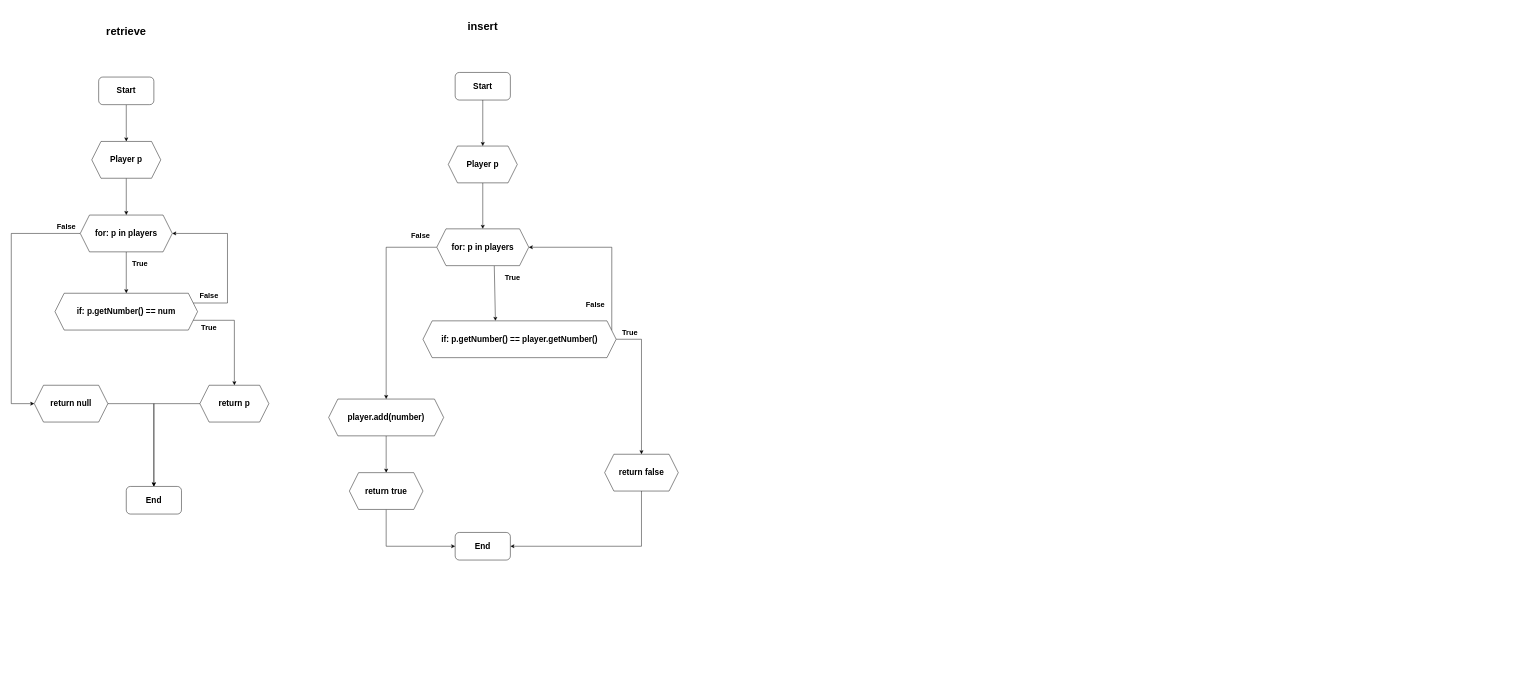
The draw.io diagram HockeyTeam.drawio in Aimee-v-yh/draw.io, before the edit. Source tidied: cells renumbered, new cells numbered last; positions are measured from the earlier drawing's top-left corner, leaving out a move shared by most shapes. Both pictures are drawn from the tidied source at 46%, with x=0, y=0 at pixel (11, 8).
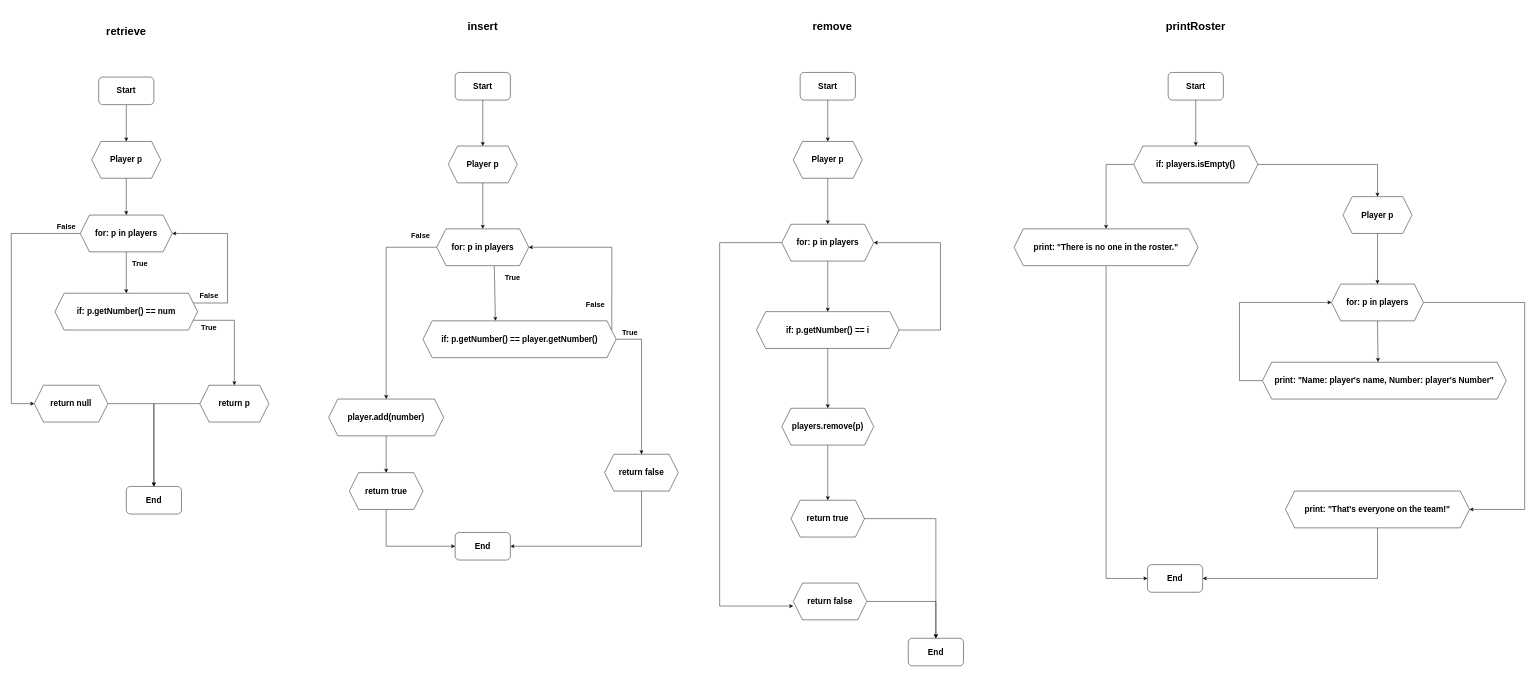
The same page after the edit.

The edit, as a diff of the source:
```diff
@@
+    <mxCell id="44" value="&lt;span style=&quot;font-size: 24px;&quot;&gt;&lt;b&gt;remove&lt;/b&gt;&lt;/span&gt;" style="text;strokeColor=none;align=center;fillColor=none;html=1;verticalAlign=middle;whiteSpace=wrap;rounded=0;" parent="1" vertex="1">
+      <mxGeometry x="1710" width="150" height="80" as="geometry" />
+    </mxCell>
+    <mxCell id="45" style="edgeStyle=none;shape=connector;rounded=0;jettySize=auto;html=1;exitX=0.5;exitY=1;exitDx=0;exitDy=0;labelBackgroundColor=default;strokeColor=default;fontFamily=Helvetica;fontSize=11;fontColor=default;endArrow=classic;" parent="1" edge="1" source="46" target="48">
+      <mxGeometry relative="1" as="geometry" />
+    </mxCell>
+    <mxCell id="46" value="&lt;font style=&quot;font-size: 18px;&quot;&gt;&lt;b&gt;Start&lt;/b&gt;&lt;/font&gt;" style="rounded=1;whiteSpace=wrap;html=1;" parent="1" vertex="1">
+      <mxGeometry x="1715" y="140" width="120" height="60" as="geometry" />
+    </mxCell>
+    <mxCell id="47" style="edgeStyle=none;shape=connector;rounded=0;jettySize=auto;html=1;exitX=0.5;exitY=1;exitDx=0;exitDy=0;labelBackgroundColor=default;strokeColor=default;fontFamily=Helvetica;fontSize=11;fontColor=default;endArrow=classic;" parent="1" edge="1" source="48" target="51">
+      <mxGeometry relative="1" as="geometry" />
+    </mxCell>
+    <mxCell id="48" value="&lt;font style=&quot;font-size: 18px;&quot;&gt;&lt;b&gt;Player p&lt;/b&gt;&lt;/font&gt;" style="shape=hexagon;perimeter=hexagonPerimeter2;whiteSpace=wrap;html=1;fixedSize=1;" parent="1" vertex="1">
+      <mxGeometry x="1700" y="290" width="150" height="80" as="geometry" />
+    </mxCell>
+    <mxCell id="49" style="edgeStyle=none;shape=connector;rounded=0;jettySize=auto;html=1;exitX=0.5;exitY=1;exitDx=0;exitDy=0;entryX=0.5;entryY=0;entryDx=0;entryDy=0;labelBackgroundColor=default;strokeColor=default;fontFamily=Helvetica;fontSize=11;fontColor=default;endArrow=classic;" parent="1" edge="1" source="51" target="54">
+      <mxGeometry relative="1" as="geometry" />
+    </mxCell>
+    <mxCell id="50" style="edgeStyle=orthogonalEdgeStyle;shape=connector;rounded=0;jettySize=auto;html=1;exitX=0;exitY=0.5;exitDx=0;exitDy=0;entryX=0;entryY=0.625;entryDx=0;entryDy=0;entryPerimeter=0;labelBackgroundColor=default;strokeColor=default;fontFamily=Helvetica;fontSize=11;fontColor=default;endArrow=classic;" parent="1" edge="1" source="51" target="60">
+      <mxGeometry relative="1" as="geometry">
+        <Array as="points">
+          <mxPoint x="1540" y="510" />
+          <mxPoint x="1540" y="1300" />
+        </Array>
+      </mxGeometry>
+    </mxCell>
+    <mxCell id="51" value="&lt;span style=&quot;font-size: 18px;&quot;&gt;&lt;b&gt;for: p in players&lt;/b&gt;&lt;/span&gt;" style="shape=hexagon;perimeter=hexagonPerimeter2;whiteSpace=wrap;html=1;fixedSize=1;" parent="1" vertex="1">
+      <mxGeometry x="1675" y="470" width="200" height="80" as="geometry" />
+    </mxCell>
+    <mxCell id="52" style="rounded=0;jettySize=auto;html=1;exitX=0.5;exitY=1;exitDx=0;exitDy=0;" parent="1" edge="1" source="54" target="56">
+      <mxGeometry relative="1" as="geometry" />
+    </mxCell>
+    <mxCell id="53" style="edgeStyle=orthogonalEdgeStyle;shape=connector;rounded=0;jettySize=auto;html=1;exitX=1;exitY=0.5;exitDx=0;exitDy=0;entryX=1;entryY=0.5;entryDx=0;entryDy=0;labelBackgroundColor=default;strokeColor=default;fontFamily=Helvetica;fontSize=11;fontColor=default;endArrow=classic;" parent="1" edge="1" source="54" target="51">
+      <mxGeometry relative="1" as="geometry">
+        <Array as="points">
+          <mxPoint x="2020" y="700" />
+          <mxPoint x="2020" y="510" />
+        </Array>
+      </mxGeometry>
+    </mxCell>
+    <mxCell id="54" value="&lt;span style=&quot;font-size: 18px;&quot;&gt;&lt;b&gt;if: p.getNumber() == i&lt;/b&gt;&lt;/span&gt;" style="shape=hexagon;perimeter=hexagonPerimeter2;whiteSpace=wrap;html=1;fixedSize=1;" parent="1" vertex="1">
+      <mxGeometry x="1620" y="660" width="310" height="80" as="geometry" />
+    </mxCell>
+    <mxCell id="55" style="rounded=0;jettySize=auto;html=1;exitX=0.5;exitY=1;exitDx=0;exitDy=0;" parent="1" edge="1" source="56" target="58">
+      <mxGeometry relative="1" as="geometry" />
+    </mxCell>
+    <mxCell id="56" value="&lt;span style=&quot;font-size: 18px;&quot;&gt;&lt;b&gt;players.remove(p)&lt;/b&gt;&lt;/span&gt;" style="shape=hexagon;perimeter=hexagonPerimeter2;whiteSpace=wrap;html=1;fixedSize=1;" parent="1" vertex="1">
+      <mxGeometry x="1675" y="870" width="200" height="80" as="geometry" />
+    </mxCell>
+    <mxCell id="57" style="edgeStyle=orthogonalEdgeStyle;shape=connector;rounded=0;jettySize=auto;html=1;exitX=1;exitY=0.5;exitDx=0;exitDy=0;entryX=0.5;entryY=0;entryDx=0;entryDy=0;labelBackgroundColor=default;strokeColor=default;fontFamily=Helvetica;fontSize=11;fontColor=default;endArrow=classic;" parent="1" edge="1" source="58" target="61">
+      <mxGeometry relative="1" as="geometry" />
+    </mxCell>
+    <mxCell id="58" value="&lt;span style=&quot;font-size: 18px;&quot;&gt;&lt;b&gt;return true&lt;/b&gt;&lt;/span&gt;" style="shape=hexagon;perimeter=hexagonPerimeter2;whiteSpace=wrap;html=1;fixedSize=1;" parent="1" vertex="1">
+      <mxGeometry x="1695" y="1070" width="160" height="80" as="geometry" />
+    </mxCell>
+    <mxCell id="59" style="edgeStyle=orthogonalEdgeStyle;shape=connector;rounded=0;jettySize=auto;html=1;exitX=1;exitY=0.5;exitDx=0;exitDy=0;entryX=0.5;entryY=0;entryDx=0;entryDy=0;labelBackgroundColor=default;strokeColor=default;fontFamily=Helvetica;fontSize=11;fontColor=default;endArrow=classic;" parent="1" edge="1" source="60" target="61">
+      <mxGeometry relative="1" as="geometry" />
+    </mxCell>
+    <mxCell id="60" value="&lt;span style=&quot;font-size: 18px;&quot;&gt;&lt;b&gt;return false&lt;/b&gt;&lt;/span&gt;" style="shape=hexagon;perimeter=hexagonPerimeter2;whiteSpace=wrap;html=1;fixedSize=1;" parent="1" vertex="1">
+      <mxGeometry x="1700" y="1250" width="160" height="80" as="geometry" />
+    </mxCell>
+    <mxCell id="61" value="&lt;span style=&quot;font-size: 18px;&quot;&gt;&lt;b&gt;End&lt;/b&gt;&lt;/span&gt;" style="rounded=1;whiteSpace=wrap;html=1;" parent="1" vertex="1">
+      <mxGeometry x="1950" y="1370" width="120" height="60" as="geometry" />
+    </mxCell>
+    <mxCell id="62" value="&lt;span style=&quot;font-size: 24px;&quot;&gt;&lt;b&gt;printRoster&lt;/b&gt;&lt;/span&gt;" style="text;strokeColor=none;align=center;fillColor=none;html=1;verticalAlign=middle;whiteSpace=wrap;rounded=0;" parent="1" vertex="1">
+      <mxGeometry x="2500" width="150" height="80" as="geometry" />
+    </mxCell>
+    <mxCell id="63" style="edgeStyle=orthogonalEdgeStyle;shape=connector;rounded=0;jettySize=auto;html=1;exitX=0;exitY=0.5;exitDx=0;exitDy=0;entryX=0.5;entryY=0;entryDx=0;entryDy=0;labelBackgroundColor=default;strokeColor=default;fontFamily=Helvetica;fontSize=11;fontColor=default;endArrow=classic;" parent="1" edge="1" source="65" target="69">
+      <mxGeometry relative="1" as="geometry" />
+    </mxCell>
+    <mxCell id="64" style="edgeStyle=orthogonalEdgeStyle;shape=connector;rounded=0;jettySize=auto;html=1;exitX=1;exitY=0.5;exitDx=0;exitDy=0;entryX=0.5;entryY=0;entryDx=0;entryDy=0;labelBackgroundColor=default;strokeColor=default;fontFamily=Helvetica;fontSize=11;fontColor=default;endArrow=classic;" parent="1" edge="1" source="65" target="74">
+      <mxGeometry relative="1" as="geometry" />
+    </mxCell>
+    <mxCell id="65" value="&lt;span style=&quot;font-size: 18px;&quot;&gt;&lt;b&gt;if: players.isEmpty()&lt;/b&gt;&lt;/span&gt;" style="shape=hexagon;perimeter=hexagonPerimeter2;whiteSpace=wrap;html=1;fixedSize=1;" parent="1" vertex="1">
+      <mxGeometry x="2440" y="300" width="270" height="80" as="geometry" />
+    </mxCell>
+    <mxCell id="66" style="edgeStyle=none;shape=connector;rounded=0;jettySize=auto;html=1;exitX=0.5;exitY=1;exitDx=0;exitDy=0;entryX=0.5;entryY=0;entryDx=0;entryDy=0;labelBackgroundColor=default;strokeColor=default;fontFamily=Helvetica;fontSize=11;fontColor=default;endArrow=classic;" parent="1" edge="1" source="67" target="65">
+      <mxGeometry relative="1" as="geometry" />
+    </mxCell>
+    <mxCell id="67" value="&lt;font style=&quot;font-size: 18px;&quot;&gt;&lt;b&gt;Start&lt;/b&gt;&lt;/font&gt;" style="rounded=1;whiteSpace=wrap;html=1;" parent="1" vertex="1">
+      <mxGeometry x="2515" y="140" width="120" height="60" as="geometry" />
+    </mxCell>
+    <mxCell id="68" style="edgeStyle=orthogonalEdgeStyle;shape=connector;rounded=0;jettySize=auto;html=1;exitX=0.5;exitY=1;exitDx=0;exitDy=0;entryX=0;entryY=0.5;entryDx=0;entryDy=0;labelBackgroundColor=default;strokeColor=default;fontFamily=Helvetica;fontSize=11;fontColor=default;endArrow=classic;" parent="1" edge="1" source="69" target="79">
+      <mxGeometry relative="1" as="geometry" />
+    </mxCell>
+    <mxCell id="69" value="&lt;span style=&quot;font-size: 18px;&quot;&gt;&lt;b&gt;print: &quot;There is no one in the roster.&quot;&lt;/b&gt;&lt;/span&gt;" style="shape=hexagon;perimeter=hexagonPerimeter2;whiteSpace=wrap;html=1;fixedSize=1;" parent="1" vertex="1">
+      <mxGeometry x="2180" y="480" width="400" height="80" as="geometry" />
+    </mxCell>
+    <mxCell id="70" style="edgeStyle=none;shape=connector;rounded=0;jettySize=auto;html=1;exitX=0.5;exitY=1;exitDx=0;exitDy=0;entryX=0.474;entryY=-0.006;entryDx=0;entryDy=0;entryPerimeter=0;labelBackgroundColor=default;strokeColor=default;fontFamily=Helvetica;fontSize=11;fontColor=default;endArrow=classic;" parent="1" edge="1" source="72" target="76">
+      <mxGeometry relative="1" as="geometry" />
+    </mxCell>
+    <mxCell id="71" style="edgeStyle=orthogonalEdgeStyle;shape=connector;rounded=0;jettySize=auto;html=1;exitX=1;exitY=0.5;exitDx=0;exitDy=0;entryX=1;entryY=0.5;entryDx=0;entryDy=0;labelBackgroundColor=default;strokeColor=default;fontFamily=Helvetica;fontSize=11;fontColor=default;endArrow=classic;" parent="1" edge="1" source="72" target="78">
+      <mxGeometry relative="1" as="geometry">
+        <Array as="points">
+          <mxPoint x="3290" y="640" />
+          <mxPoint x="3290" y="1090" />
+        </Array>
+      </mxGeometry>
+    </mxCell>
+    <mxCell id="72" value="&lt;span style=&quot;font-size: 18px;&quot;&gt;&lt;b&gt;for: p in players&lt;/b&gt;&lt;/span&gt;" style="shape=hexagon;perimeter=hexagonPerimeter2;whiteSpace=wrap;html=1;fixedSize=1;" parent="1" vertex="1">
+      <mxGeometry x="2870" y="600" width="200" height="80" as="geometry" />
+    </mxCell>
+    <mxCell id="73" style="edgeStyle=none;shape=connector;rounded=0;jettySize=auto;html=1;exitX=0.5;exitY=1;exitDx=0;exitDy=0;labelBackgroundColor=default;strokeColor=default;fontFamily=Helvetica;fontSize=11;fontColor=default;endArrow=classic;" parent="1" edge="1" source="74" target="72">
+      <mxGeometry relative="1" as="geometry" />
+    </mxCell>
+    <mxCell id="74" value="&lt;font style=&quot;font-size: 18px;&quot;&gt;&lt;b&gt;Player p&lt;/b&gt;&lt;/font&gt;" style="shape=hexagon;perimeter=hexagonPerimeter2;whiteSpace=wrap;html=1;fixedSize=1;" parent="1" vertex="1">
+      <mxGeometry x="2895" y="410" width="150" height="80" as="geometry" />
+    </mxCell>
+    <mxCell id="75" style="edgeStyle=orthogonalEdgeStyle;shape=connector;rounded=0;jettySize=auto;html=1;exitX=0;exitY=0.5;exitDx=0;exitDy=0;entryX=0;entryY=0.5;entryDx=0;entryDy=0;labelBackgroundColor=default;strokeColor=default;fontFamily=Helvetica;fontSize=11;fontColor=default;endArrow=classic;" parent="1" edge="1" source="76" target="72">
+      <mxGeometry relative="1" as="geometry">
+        <Array as="points">
+          <mxPoint x="2670" y="810" />
+          <mxPoint x="2670" y="640" />
+        </Array>
+      </mxGeometry>
+    </mxCell>
+    <mxCell id="76" value="&lt;span style=&quot;font-size: 18px;&quot;&gt;&lt;b&gt;print: &quot;Name: player's name, Number: player's Number&quot;&lt;/b&gt;&lt;/span&gt;" style="shape=hexagon;perimeter=hexagonPerimeter2;whiteSpace=wrap;html=1;fixedSize=1;" parent="1" vertex="1">
+      <mxGeometry x="2720" y="770" width="530" height="80" as="geometry" />
+    </mxCell>
+    <mxCell id="77" style="edgeStyle=orthogonalEdgeStyle;shape=connector;rounded=0;jettySize=auto;html=1;exitX=0.5;exitY=1;exitDx=0;exitDy=0;entryX=1;entryY=0.5;entryDx=0;entryDy=0;labelBackgroundColor=default;strokeColor=default;fontFamily=Helvetica;fontSize=11;fontColor=default;endArrow=classic;" parent="1" edge="1" source="78" target="79">
+      <mxGeometry relative="1" as="geometry" />
+    </mxCell>
+    <mxCell id="78" value="&lt;span style=&quot;font-size: 18px;&quot;&gt;&lt;b&gt;print: &quot;That's everyone on the team!&quot;&lt;/b&gt;&lt;/span&gt;" style="shape=hexagon;perimeter=hexagonPerimeter2;whiteSpace=wrap;html=1;fixedSize=1;" parent="1" vertex="1">
+      <mxGeometry x="2770" y="1050" width="400" height="80" as="geometry" />
+    </mxCell>
+    <mxCell id="79" value="&lt;span style=&quot;font-size: 18px;&quot;&gt;&lt;b&gt;End&lt;/b&gt;&lt;/span&gt;" style="rounded=1;whiteSpace=wrap;html=1;" parent="1" vertex="1">
+      <mxGeometry x="2470" y="1210" width="120" height="60" as="geometry" />
+    </mxCell>
```
